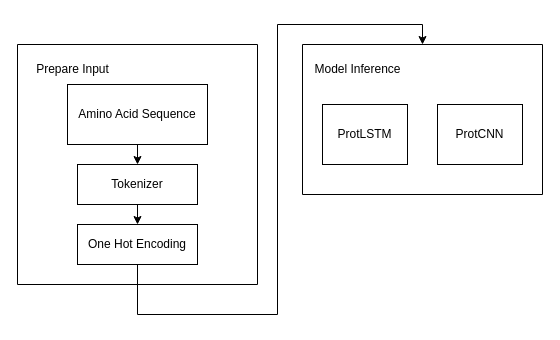
Before: notebooks/Untitled Diagram.drawio in MLE10-Protein/Research, a draw.io diagram. Source tidied: cells renumbered, new cells numbered last; positions are measured from the earlier drawing's top-left corner, leaving out a move shared by most shapes. Both pictures are drawn from the tidied source at 100%, with x=0, y=0 at pixel (17, 24).
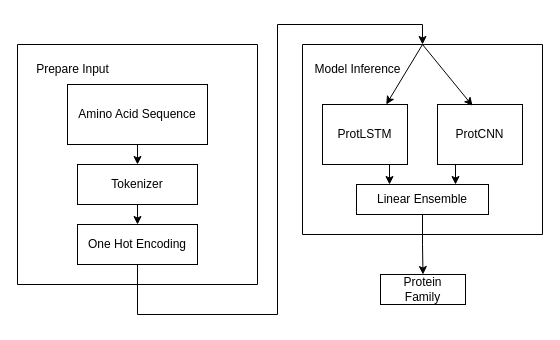
Above is the later version.

Unchanged cells that the change refers to:
```xml
<mxCell id="4" value="ProtCNN" style="rounded=0;whiteSpace=wrap;html=1;" parent="2" vertex="1">
  <mxGeometry x="135" y="60" width="85" height="60" as="geometry" />
</mxCell>
<mxCell id="5" value="ProtLSTM" style="rounded=0;whiteSpace=wrap;html=1;" parent="2" vertex="1">
  <mxGeometry x="20" y="60" width="85" height="60" as="geometry" />
</mxCell>
```

Change to the diagram source:
```diff
@@
     <mxCell id="2" style="swimlane;startSize=0;" parent="1" vertex="1">
-      <mxGeometry x="285" y="20" width="240" height="150" as="geometry" />
+      <mxGeometry x="285" y="20" width="240" height="190" as="geometry" />
     </mxCell>
@@
+    <mxCell id="14" style="edgeStyle=orthogonalEdgeStyle;rounded=0;jettySize=auto;html=1;exitX=0.25;exitY=1;exitDx=0;exitDy=0;entryX=0.75;entryY=0;entryDx=0;entryDy=0;" parent="2" edge="1" source="4" target="18">
+      <mxGeometry relative="1" as="geometry" />
+    </mxCell>
@@
+    <mxCell id="15" style="edgeStyle=orthogonalEdgeStyle;rounded=0;jettySize=auto;html=1;exitX=0.75;exitY=1;exitDx=0;exitDy=0;entryX=0.25;entryY=0;entryDx=0;entryDy=0;" parent="2" edge="1" source="5" target="18">
+      <mxGeometry relative="1" as="geometry" />
+    </mxCell>
@@
+    <mxCell id="16" style="endArrow=classic;html=1;rounded=0;exitX=0.5;exitY=0;exitDx=0;exitDy=0;entryX=0.75;entryY=0;entryDx=0;entryDy=0;" parent="2" edge="1" source="2" target="5">
+      <mxGeometry relative="1" as="geometry" />
+    </mxCell>
+    <mxCell id="17" style="endArrow=classic;html=1;rounded=0;exitX=0.5;exitY=0;exitDx=0;exitDy=0;entryX=0.412;entryY=0.022;entryDx=0;entryDy=0;entryPerimeter=0;" parent="2" edge="1" source="2" target="4">
+      <mxGeometry relative="1" as="geometry" />
+    </mxCell>
+    <mxCell id="18" value="Linear Ensemble" style="rounded=0;whiteSpace=wrap;html=1;" parent="2" vertex="1">
+      <mxGeometry x="54" y="140" width="132" height="30" as="geometry" />
+    </mxCell>
@@
+    <mxCell id="19" value="Protein&lt;br&gt;Family" style="rounded=0;whiteSpace=wrap;html=1;" parent="1" vertex="1">
+      <mxGeometry x="363" y="250" width="85" height="30" as="geometry" />
+    </mxCell>
+    <mxCell id="20" style="edgeStyle=orthogonalEdgeStyle;rounded=0;jettySize=auto;html=1;exitX=0.5;exitY=1;exitDx=0;exitDy=0;entryX=0.5;entryY=0;entryDx=0;entryDy=0;" parent="1" edge="1" source="18" target="19">
+      <mxGeometry relative="1" as="geometry" />
+    </mxCell>
```
